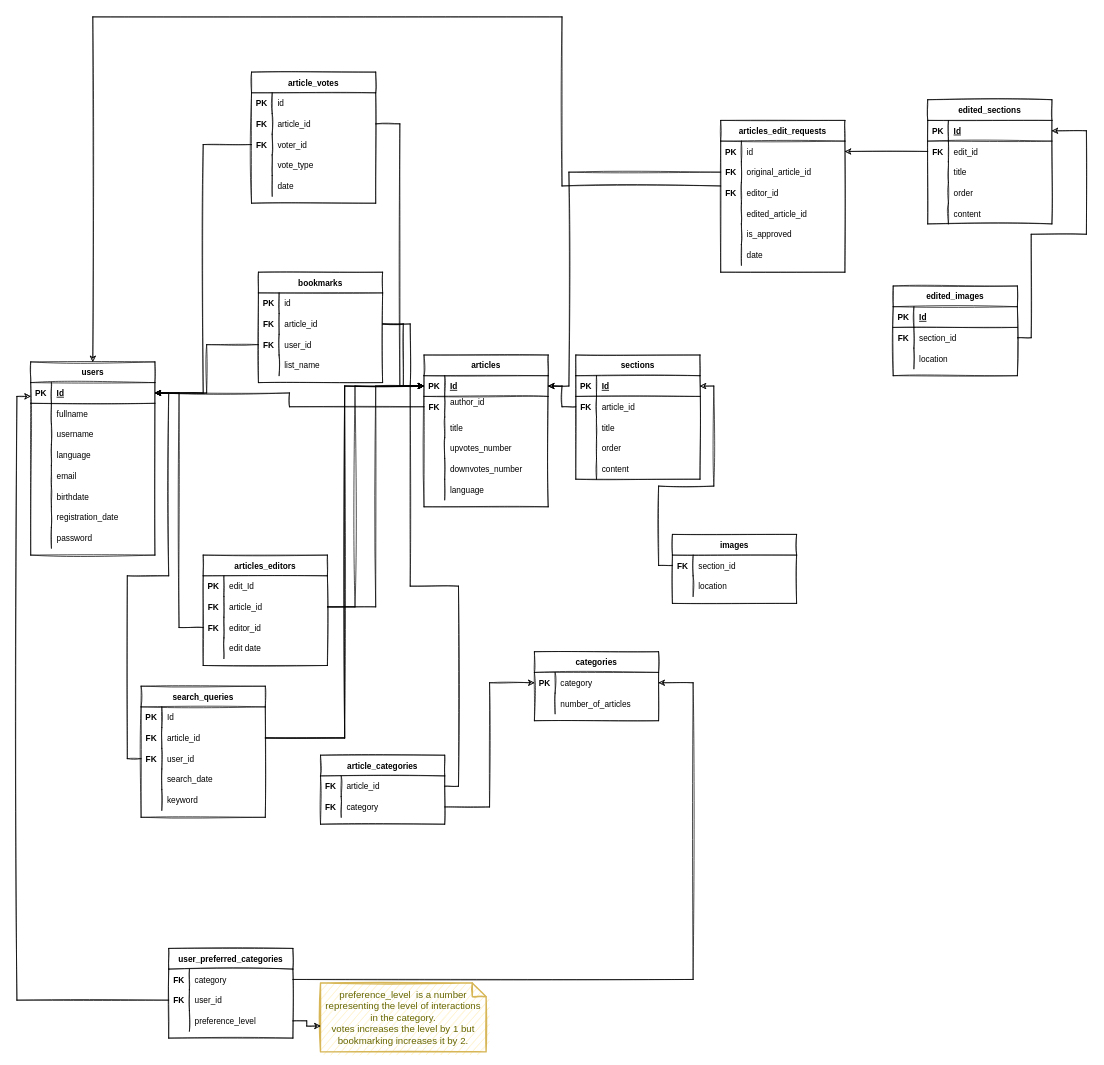
Earlier version of the draw.io diagram page "ERD" (1 of 3) of Untitled Diagram.drawio (mosup16/wikiwiki-swe-project-digrams). Source tidied: cells renumbered, new cells numbered last; positions are measured from the earlier drawing's top-left corner, leaving out a move shared by most shapes. Both pictures are drawn from the tidied source at 69%, with x=0, y=0 at pixel (17, 17).
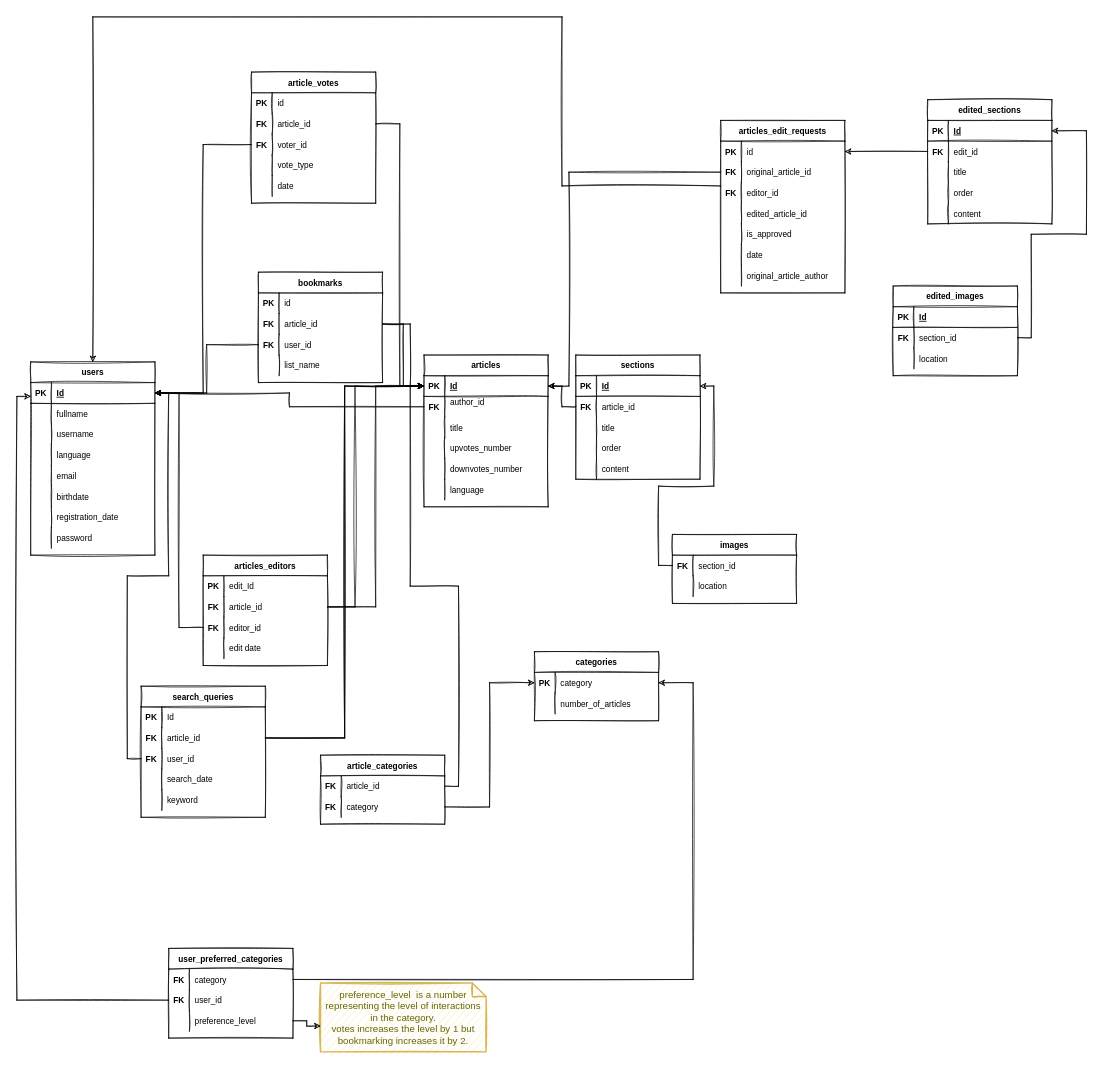
After the change.

The edit, as a diff of the source:
```diff
@@
     <mxCell id="170" value="articles_edit_requests" style="shape=table;startSize=30;childLayout=tableLayout;rowLines=0;fontStyle=1;align=center;sketch=1;" parent="1" vertex="1">
-      <mxGeometry x="1020" y="150" width="180" height="220" as="geometry" />
+      <mxGeometry x="1020" y="150" width="180" height="250" as="geometry" />
     </mxCell>
@@
+    <mxCell id="220" style="shape=tableRow;horizontal=0;startSize=0;swimlaneHead=0;swimlaneBody=0;fillColor=none;top=0;left=0;right=0;bottom=0;sketch=1;" parent="170" vertex="1">
+      <mxGeometry y="210" width="180" height="30" as="geometry" />
+    </mxCell>
+    <mxCell id="221" style="shape=partialRectangle;fillColor=none;top=0;left=0;bottom=0;right=0;overflow=hidden;fontStyle=1;sketch=1;" parent="220" vertex="1">
+      <mxGeometry width="30" height="30" as="geometry" />
+    </mxCell>
+    <mxCell id="222" value="original_article_author" style="shape=partialRectangle;fillColor=none;top=0;left=0;bottom=0;right=0;align=left;spacingLeft=6;overflow=hidden;sketch=1;" parent="220" vertex="1">
+      <mxGeometry x="30" width="150" height="30" as="geometry" />
+    </mxCell>
```
